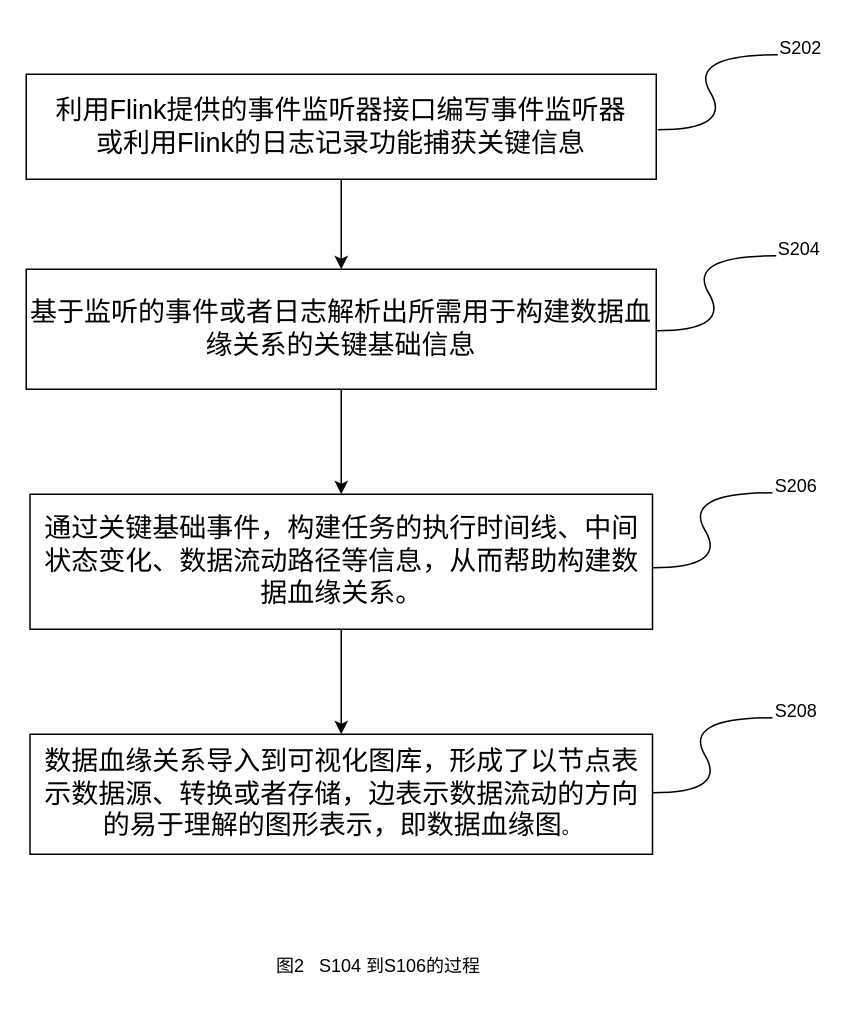
Earlier version of the draw.io diagram page "第 2 页" (2 of 3) of xueyuan.drawio (Colin007/diagrams). Source tidied: cells renumbered, new cells numbered last; positions are measured from the earlier drawing's top-left corner, leaving out a move shared by most shapes. Both pictures are drawn from the tidied source at 150%, with x=0, y=0 at pixel (26, 26).
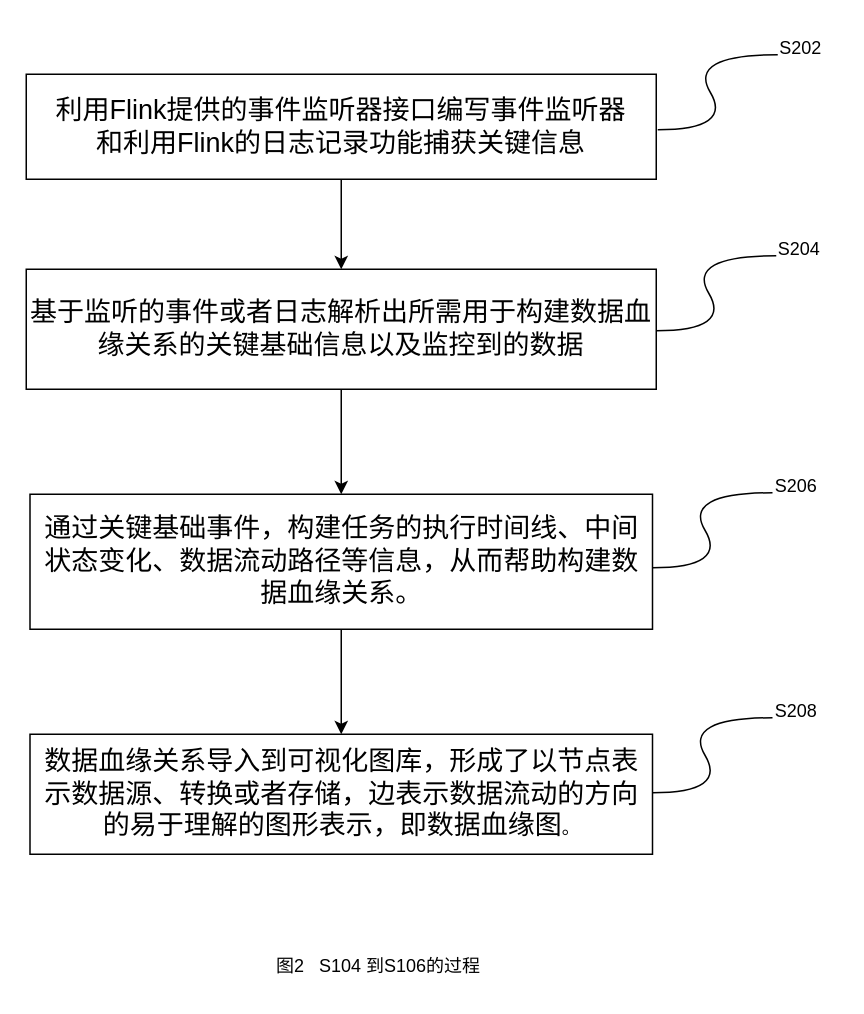
Above is the later version.

Diff of the diagram source:
```diff
@@
-    <mxCell id="3" value="&lt;font style=&quot;font-size: 18px;&quot;&gt;利用Flink提供的事件监听器接口编写事件监听器&lt;br&gt;或利用Flink的日志记录功能捕获关键信息&lt;/font&gt;" style="rounded=0;whiteSpace=wrap;html=1;" parent="1" vertex="1">
+    <mxCell id="3" value="&lt;font style=&quot;font-size: 18px;&quot;&gt;利用Flink提供的事件监听器接口编写事件监听器&lt;br&gt;和利用Flink的日志记录功能捕获关键信息&lt;/font&gt;" style="rounded=0;whiteSpace=wrap;html=1;" parent="1" vertex="1">
       <mxGeometry y="32" width="420" height="70" as="geometry" />
     </mxCell>
@@
-    <mxCell id="5" value="&lt;span style=&quot;font-size: 18px;&quot;&gt;基于监听的事件或者日志解析出所需用于构建数据血缘关系的关键基础信息&lt;/span&gt;" style="rounded=0;whiteSpace=wrap;html=1;" parent="1" vertex="1">
+    <mxCell id="5" value="&lt;span style=&quot;font-size: 18px;&quot;&gt;基于监听的事件或者日志解析出所需用于构建数据血缘关系的关键基础信息以及监控到的数据&lt;/span&gt;" style="rounded=0;whiteSpace=wrap;html=1;" parent="1" vertex="1">
       <mxGeometry y="162" width="420" height="80" as="geometry" />
     </mxCell>
```
